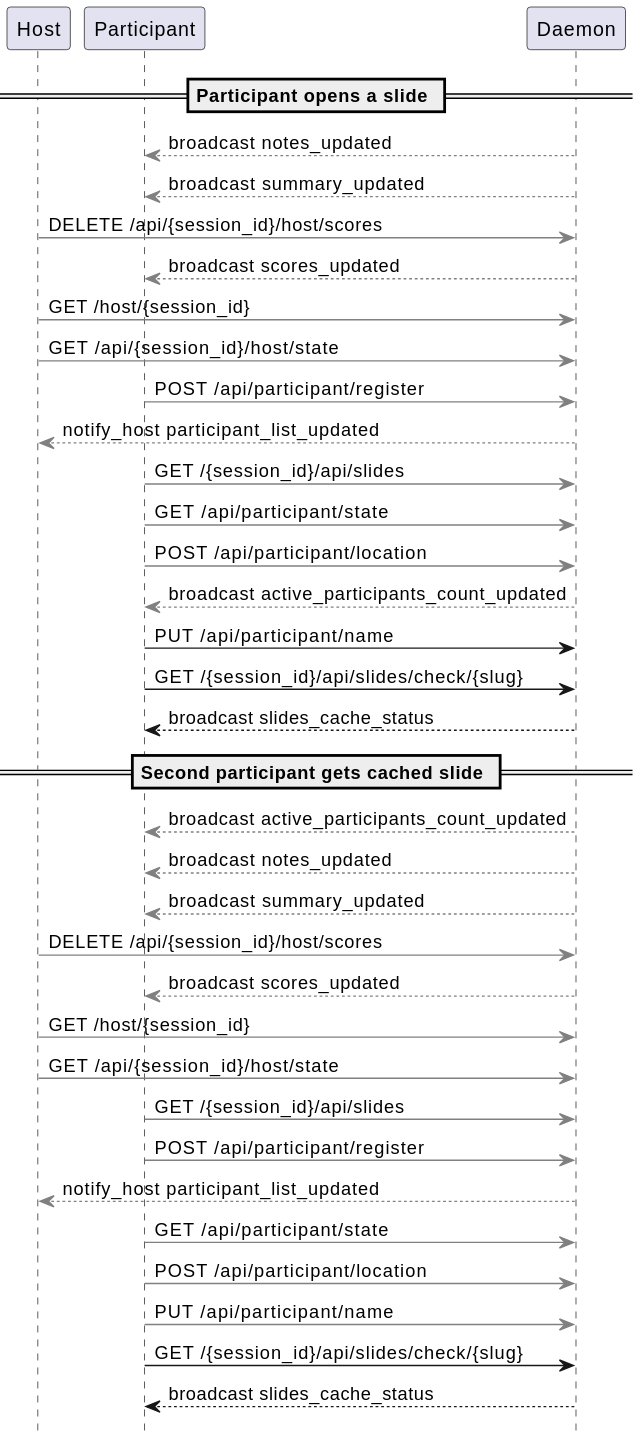
Above: docs/sequences/extracted/svg/06-slides.svg in victorrentea/training-assistant (PlantUML), before the change.
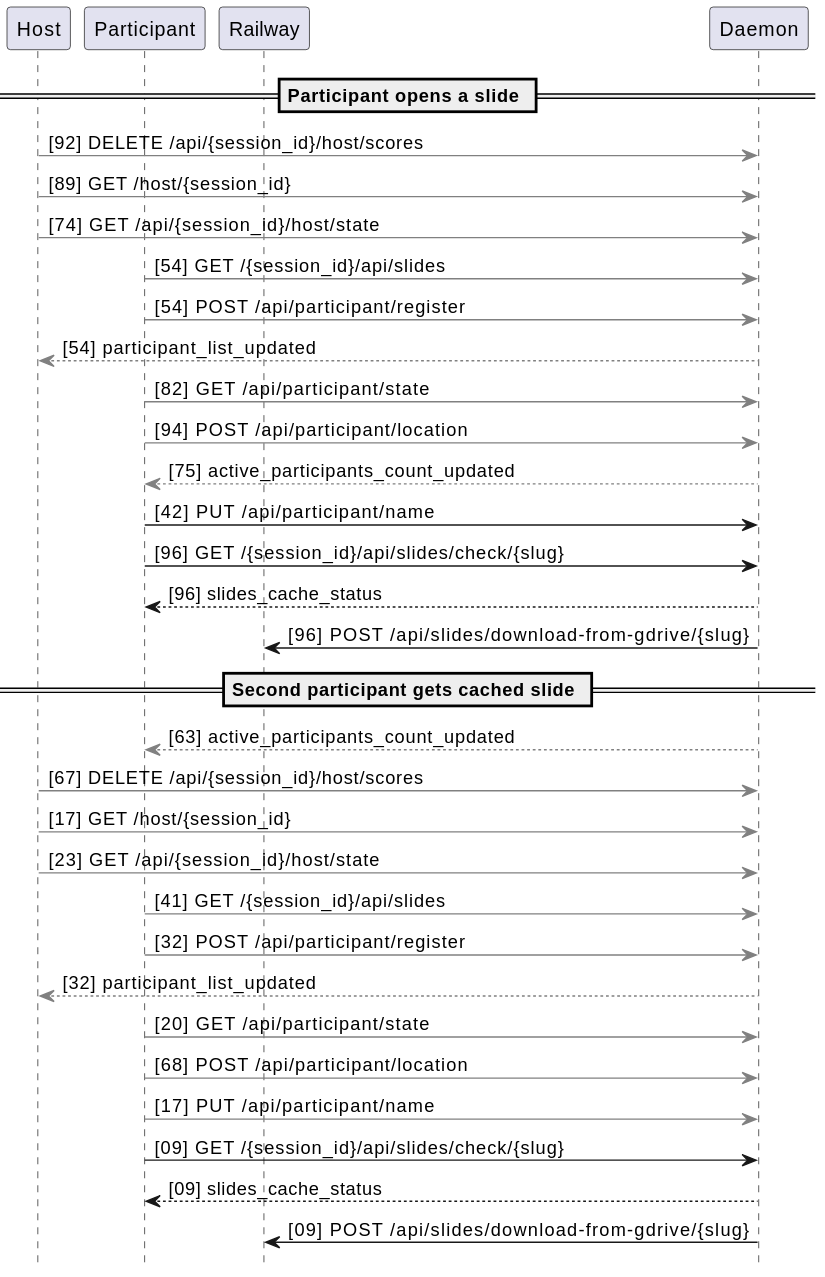
Above is the later version.

Commit message:
docs: regenerated slides sequence with trace hashes, clean labels, daemon→Railway flow

Diff of the diagram source:
```diff
@@ -3,39 +3,36 @@
 
 participant "Host"
 participant "Participant"
+participant "Railway"
 participant "Daemon"
 
 == Participant opens a slide ==
-"Daemon" [#gray]--> "Participant": broadcast notes_updated
-"Daemon" [#gray]--> "Participant": broadcast summary_updated
-"Host" [#gray]-> "Daemon": DELETE /api/{session_id}/host/scores
-"Daemon" [#gray]--> "Participant": broadcast scores_updated
-"Host" [#gray]-> "Daemon": GET /host/{session_id}
-"Host" [#gray]-> "Daemon": GET /api/{session_id}/host/state
-"Participant" [#gray]-> "Daemon": POST /api/participant/register
-"Daemon" [#gray]--> "Host": notify_host participant_list_updated
-"Participant" [#gray]-> "Daemon": GET /{session_id}/api/slides
-"Participant" [#gray]-> "Daemon": GET /api/participant/state
-"Participant" [#gray]-> "Daemon": POST /api/participant/location
-"Daemon" [#gray]--> "Participant": broadcast active_participants_count_updated
-"Participant" -> "Daemon": PUT /api/participant/name
-"Participant" -> "Daemon": GET /{session_id}/api/slides/check/{slug}
-"Daemon" --> "Participant": broadcast slides_cache_status
+"Host" [#gray]-> "Daemon": [92] DELETE /api/{session_id}/host/scores
+"Host" [#gray]-> "Daemon": [89] GET /host/{session_id}
+"Host" [#gray]-> "Daemon": [74] GET /api/{session_id}/host/state
+"Participant" [#gray]-> "Daemon": [54] GET /{session_id}/api/slides
+"Participant" [#gray]-> "Daemon": [54] POST /api/participant/register
+"Daemon" [#gray]--> "Host": [54] participant_list_updated
+"Participant" [#gray]-> "Daemon": [82] GET /api/participant/state
+"Participant" [#gray]-> "Daemon": [94] POST /api/participant/location
+"Daemon" [#gray]--> "Participant": [75] active_participants_count_updated
+"Participant" -> "Daemon": [42] PUT /api/participant/name
+"Participant" -> "Daemon": [96] GET /{session_id}/api/slides/check/{slug}
+"Daemon" --> "Participant": [96] slides_cache_status
+"Daemon" -> "Railway": [96] POST /api/slides/download-from-gdrive/{slug}
 
 == Second participant gets cached slide ==
-"Daemon" [#gray]--> "Participant": broadcast active_participants_count_updated
-"Daemon" [#gray]--> "Participant": broadcast notes_updated
-"Daemon" [#gray]--> "Participant": broadcast summary_updated
-"Host" [#gray]-> "Daemon": DELETE /api/{session_id}/host/scores
-"Daemon" [#gray]--> "Participant": broadcast scores_updated
-"Host" [#gray]-> "Daemon": GET /host/{session_id}
-"Host" [#gray]-> "Daemon": GET /api/{session_id}/host/state
-"Participant" [#gray]-> "Daemon": GET /{session_id}/api/slides
-"Participant" [#gray]-> "Daemon": POST /api/participant/register
-"Daemon" [#gray]--> "Host": notify_host participant_list_updated
-"Participant" [#gray]-> "Daemon": GET /api/participant/state
-"Participant" [#gray]-> "Daemon": POST /api/participant/location
-"Participant" [#gray]-> "Daemon": PUT /api/participant/name
-"Participant" -> "Daemon": GET /{session_id}/api/slides/check/{slug}
-"Daemon" --> "Participant": broadcast slides_cache_status
+"Daemon" [#gray]--> "Participant": [63] active_participants_count_updated
+"Host" [#gray]-> "Daemon": [67] DELETE /api/{session_id}/host/scores
+"Host" [#gray]-> "Daemon": [17] GET /host/{session_id}
+"Host" [#gray]-> "Daemon": [23] GET /api/{session_id}/host/state
+"Participant" [#gray]-> "Daemon": [41] GET /{session_id}/api/slides
+"Participant" [#gray]-> "Daemon": [32] POST /api/participant/register
+"Daemon" [#gray]--> "Host": [32] participant_list_updated
+"Participant" [#gray]-> "Daemon": [20] GET /api/participant/state
+"Participant" [#gray]-> "Daemon": [68] POST /api/participant/location
+"Participant" [#gray]-> "Daemon": [17] PUT /api/participant/name
+"Participant" -> "Daemon": [09] GET /{session_id}/api/slides/check/{slug}
+"Daemon" --> "Participant": [09] slides_cache_status
+"Daemon" -> "Railway": [09] POST /api/slides/download-from-gdrive/{slug}
 @enduml
```
